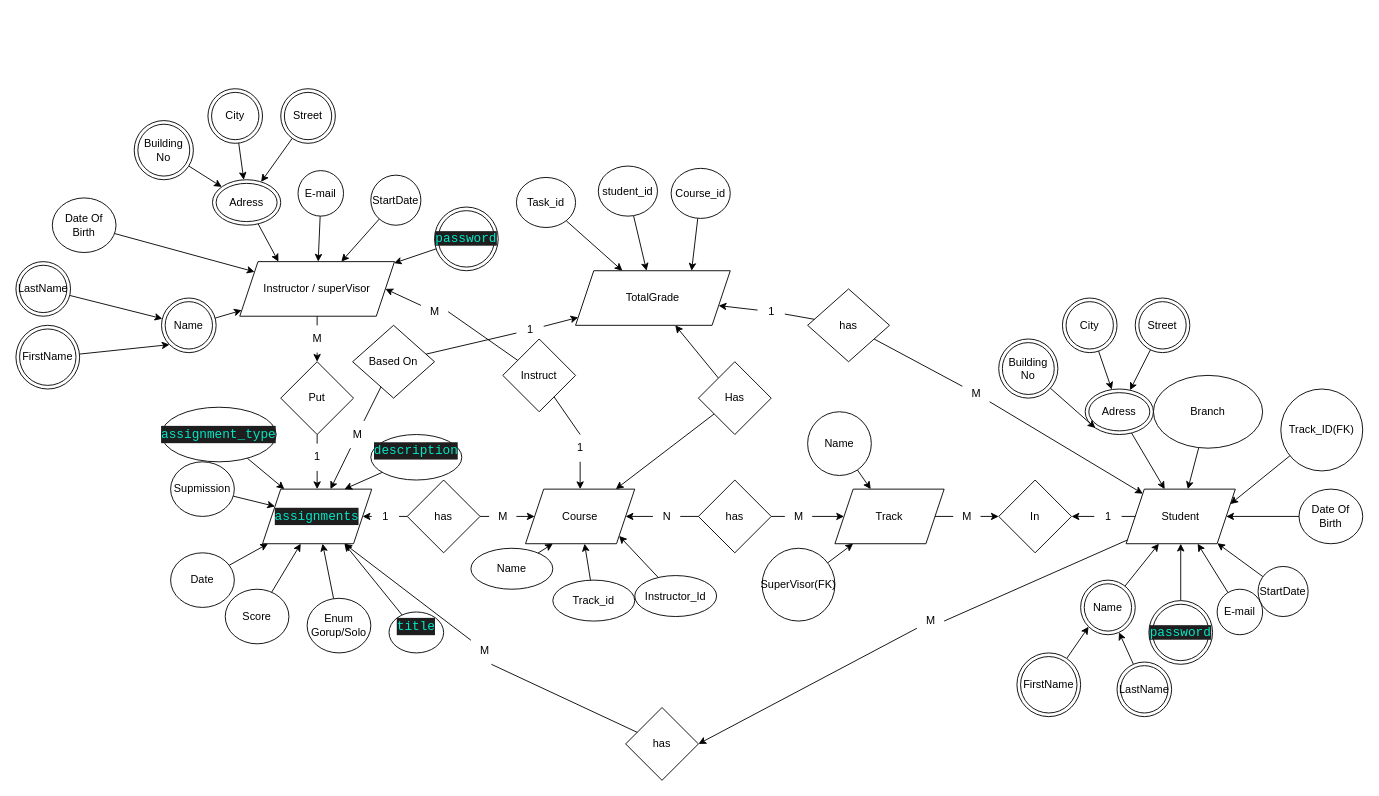
Before: Erd.drawio in PaulaMagdi0/Task-And-Project-Management-System, a draw.io diagram. Source tidied: cells renumbered, new cells numbered last; positions are measured from the earlier drawing's top-left corner, leaving out a move shared by most shapes. Both pictures are drawn from the tidied source at 91%, with x=0, y=0 at pixel (15, 88).
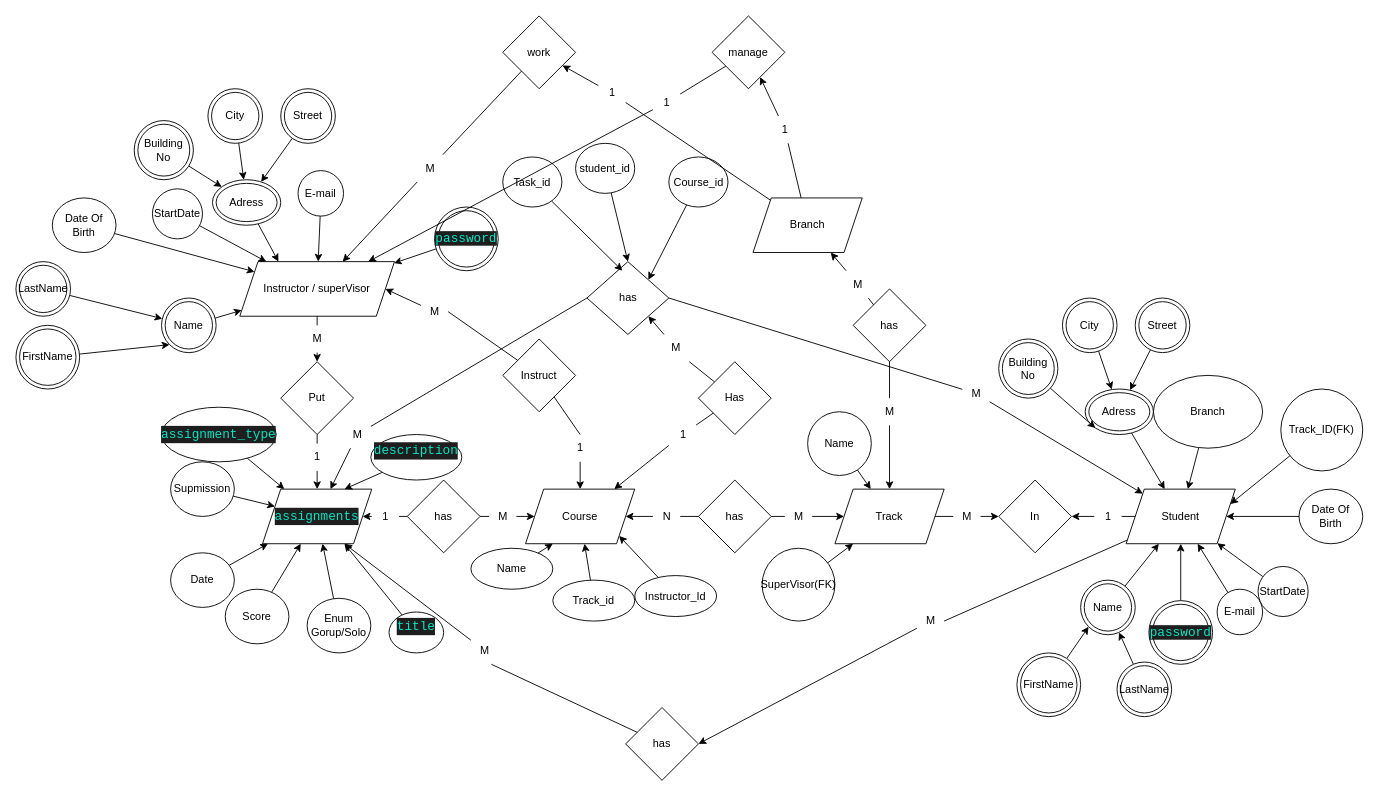
After the change.

The change refers to these unchanged cells:
```xml
<mxCell id="6" value="Instructor / superVisor" style="shape=parallelogram;perimeter=parallelogramPerimeter;whiteSpace=wrap;html=1;fixedSize=1;" parent="1" vertex="1">
  <mxGeometry x="246" y="190" width="170" height="60" as="geometry" />
</mxCell>
<mxCell id="38" value="Track" style="shape=parallelogram;perimeter=parallelogramPerimeter;whiteSpace=wrap;html=1;fixedSize=1;" parent="1" vertex="1">
  <mxGeometry x="900" y="440" width="120" height="60" as="geometry" />
</mxCell>
<mxCell id="50" value="Course" style="shape=parallelogram;perimeter=parallelogramPerimeter;whiteSpace=wrap;html=1;fixedSize=1;" parent="1" vertex="1">
  <mxGeometry x="560" y="440" width="120" height="60" as="geometry" />
</mxCell>
<mxCell id="110" value="Has" style="rhombus;whiteSpace=wrap;html=1;" parent="1" vertex="1">
  <mxGeometry x="750" y="300" width="80" height="80" as="geometry" />
</mxCell>
<mxCell id="140" value="M" style="text;html=1;align=center;verticalAlign=middle;points=[];strokeColor=none;fillColor=none;" parent="1" vertex="1">
  <mxGeometry x="1040" y="320" width="30" height="30" as="geometry" />
</mxCell>
<mxCell id="142" value="M" style="text;html=1;align=center;verticalAlign=middle;points=[];strokeColor=none;fillColor=none;" parent="1" vertex="1">
  <mxGeometry x="360" y="365" width="30" height="30" as="geometry" />
</mxCell>
```

What changed in the source:
```diff
@@
-    <mxCell id="58" value="TotalGrade" style="shape=parallelogram;perimeter=parallelogramPerimeter;whiteSpace=wrap;html=1;fixedSize=1;" parent="1" vertex="1">
-      <mxGeometry x="615" y="200" width="170" height="60" as="geometry" />
-    </mxCell>
@@
-    <mxCell id="60" style="edgeStyle=none;html=1;startArrow=none;" parent="1" edge="1" source="138" target="58">
-      <mxGeometry relative="1" as="geometry" />
-    </mxCell>
     <mxCell id="61" value="has" style="rhombus;whiteSpace=wrap;html=1;" parent="1" vertex="1">
-      <mxGeometry x="870" y="220" width="90" height="80" as="geometry" />
+      <mxGeometry x="627.5" y="190" width="90" height="80" as="geometry" />
     </mxCell>
-    <mxCell id="62" style="edgeStyle=none;html=1;startArrow=none;" parent="1" edge="1" source="144" target="58">
-      <mxGeometry relative="1" as="geometry" />
-    </mxCell>
@@
-    <mxCell id="64" value="Based On" style="rhombus;whiteSpace=wrap;html=1;" parent="1" vertex="1">
-      <mxGeometry x="370" y="260" width="90" height="80" as="geometry" />
-    </mxCell>
@@
     <mxCell id="86" value="StartDate" style="ellipse;whiteSpace=wrap;html=1;" parent="1" vertex="1">
-      <mxGeometry x="390" y="95" width="55" height="55" as="geometry" />
+      <mxGeometry x="150" y="110" width="55" height="55" as="geometry" />
     </mxCell>
@@
-    <mxCell id="89" style="edgeStyle=none;html=1;" parent="1" edge="1" source="90" target="58">
+    <mxCell id="89" style="edgeStyle=none;html=1;entryX=0.5;entryY=0;entryDx=0;entryDy=0;" parent="1" edge="1" source="90" target="61">
       <mxGeometry relative="1" as="geometry" />
     </mxCell>
     <mxCell id="90" value="student_id" style="ellipse;whiteSpace=wrap;html=1;" parent="1" vertex="1">
-      <mxGeometry x="640" y="85" width="65" height="55" as="geometry" />
+      <mxGeometry x="615" y="60" width="65" height="55" as="geometry" />
     </mxCell>
-    <mxCell id="91" style="edgeStyle=none;html=1;entryX=0.75;entryY=0;entryDx=0;entryDy=0;" parent="1" edge="1" source="92" target="58">
+    <mxCell id="91" style="edgeStyle=none;html=1;entryX=1;entryY=0;entryDx=0;entryDy=0;" parent="1" edge="1" source="92" target="61">
       <mxGeometry relative="1" as="geometry" />
     </mxCell>
     <mxCell id="92" value="Course_id" style="ellipse;whiteSpace=wrap;html=1;" parent="1" vertex="1">
-      <mxGeometry x="720" y="87.5" width="65" height="55" as="geometry" />
+      <mxGeometry x="717.5" y="75" width="65" height="55" as="geometry" />
     </mxCell>
-    <mxCell id="93" style="edgeStyle=none;html=1;" parent="1" edge="1" source="94" target="58">
-      <mxGeometry relative="1" as="geometry" />
+    <mxCell id="93" style="edgeStyle=none;html=1;" parent="1" edge="1" source="94">
+      <mxGeometry relative="1" as="geometry">
+        <mxPoint x="666.4" y="200" as="targetPoint" />
+      </mxGeometry>
     </mxCell>
     <mxCell id="94" value="Task_id" style="ellipse;whiteSpace=wrap;html=1;" parent="1" vertex="1">
-      <mxGeometry x="550" y="97.5" width="65" height="55" as="geometry" />
+      <mxGeometry x="535" y="75" width="65" height="55" as="geometry" />
     </mxCell>
@@
-    <mxCell id="108" style="edgeStyle=none;html=1;" parent="1" edge="1" source="110" target="58">
+    <mxCell id="108" style="edgeStyle=none;html=1;entryX=1;entryY=1;entryDx=0;entryDy=0;startArrow=none;" parent="1" edge="1" source="143" target="61">
       <mxGeometry relative="1" as="geometry" />
     </mxCell>
-    <mxCell id="109" style="edgeStyle=none;html=1;" parent="1" edge="1" source="110" target="50">
+    <mxCell id="109" style="edgeStyle=none;html=1;startArrow=none;" parent="1" edge="1" source="147" target="50">
       <mxGeometry relative="1" as="geometry" />
     </mxCell>
@@
-    <mxCell id="137" style="edgeStyle=none;html=1;endArrow=none;" parent="1" edge="1" source="61" target="138">
-      <mxGeometry relative="1" as="geometry" />
-    </mxCell>
-    <mxCell id="138" value="1" style="text;html=1;align=center;verticalAlign=middle;points=[];strokeColor=none;fillColor=none;" parent="1" vertex="1">
-      <mxGeometry x="815" y="230" width="30" height="30" as="geometry" />
-    </mxCell>
-    <mxCell id="139" style="edgeStyle=none;html=1;endArrow=none;" parent="1" edge="1" source="61" target="140">
+    <mxCell id="139" style="edgeStyle=none;html=1;endArrow=none;exitX=1;exitY=0.5;exitDx=0;exitDy=0;" parent="1" edge="1" source="61" target="140">
       <mxGeometry relative="1" as="geometry" />
     </mxCell>
@@
-    <mxCell id="141" style="edgeStyle=none;html=1;endArrow=none;" parent="1" edge="1" source="64" target="142">
+    <mxCell id="141" style="edgeStyle=none;html=1;endArrow=none;exitX=0;exitY=0.5;exitDx=0;exitDy=0;" parent="1" edge="1" source="61" target="142">
       <mxGeometry relative="1" as="geometry" />
     </mxCell>
@@
+    <mxCell id="145" style="edgeStyle=none;html=1;entryX=1;entryY=1;entryDx=0;entryDy=0;endArrow=none;" parent="1" edge="1" source="110" target="143">
+      <mxGeometry relative="1" as="geometry" />
+    </mxCell>
-    <mxCell id="143" style="edgeStyle=none;html=1;endArrow=none;" parent="1" edge="1" source="64" target="144">
-      <mxGeometry relative="1" as="geometry" />
+    <mxCell id="143" value="M" style="text;html=1;align=center;verticalAlign=middle;points=[];strokeColor=none;fillColor=none;" parent="1" vertex="1">
+      <mxGeometry x="710" y="270" width="30" height="30" as="geometry" />
     </mxCell>
-    <mxCell id="144" value="1" style="text;html=1;align=center;verticalAlign=middle;points=[];strokeColor=none;fillColor=none;" parent="1" vertex="1">
-      <mxGeometry x="550" y="250" width="30" height="30" as="geometry" />
-    </mxCell>
+    <mxCell id="146" style="edgeStyle=none;html=1;endArrow=none;" parent="1" edge="1" source="110" target="147">
+      <mxGeometry relative="1" as="geometry" />
+    </mxCell>
+    <mxCell id="147" value="1" style="text;html=1;align=center;verticalAlign=middle;points=[];strokeColor=none;fillColor=none;" parent="1" vertex="1">
+      <mxGeometry x="717.5" y="365" width="30" height="30" as="geometry" />
+    </mxCell>
+    <mxCell id="148" style="edgeStyle=none;html=1;startArrow=none;" parent="1" edge="1" source="165" target="155">
+      <mxGeometry relative="1" as="geometry" />
+    </mxCell>
+    <mxCell id="149" style="edgeStyle=none;html=1;startArrow=none;" parent="1" edge="1" source="159" target="157">
+      <mxGeometry relative="1" as="geometry" />
+    </mxCell>
+    <mxCell id="150" value="Branch" style="shape=parallelogram;perimeter=parallelogramPerimeter;whiteSpace=wrap;html=1;fixedSize=1;" parent="1" vertex="1">
+      <mxGeometry x="810" y="120" width="120" height="60" as="geometry" />
+    </mxCell>
+    <mxCell id="151" style="edgeStyle=none;html=1;startArrow=none;" parent="1" edge="1" source="167" target="38">
+      <mxGeometry relative="1" as="geometry" />
+    </mxCell>
+    <mxCell id="152" style="edgeStyle=none;html=1;startArrow=none;" parent="1" edge="1" source="169" target="150">
+      <mxGeometry relative="1" as="geometry" />
+    </mxCell>
+    <mxCell id="153" value="has" style="rhombus;whiteSpace=wrap;html=1;" parent="1" vertex="1">
+      <mxGeometry x="920" y="220" width="80" height="80" as="geometry" />
+    </mxCell>
+    <mxCell id="154" style="edgeStyle=none;html=1;startArrow=none;" parent="1" edge="1" source="163" target="6">
+      <mxGeometry relative="1" as="geometry" />
+    </mxCell>
+    <mxCell id="155" value="work" style="rhombus;whiteSpace=wrap;html=1;" parent="1" vertex="1">
+      <mxGeometry x="535" y="-80" width="80" height="80" as="geometry" />
+    </mxCell>
+    <mxCell id="156" style="edgeStyle=none;html=1;startArrow=none;" parent="1" edge="1" source="161" target="6">
+      <mxGeometry relative="1" as="geometry" />
+    </mxCell>
+    <mxCell id="157" value="manage" style="rhombus;whiteSpace=wrap;html=1;" parent="1" vertex="1">
+      <mxGeometry x="765" y="-80" width="80" height="80" as="geometry" />
+    </mxCell>
+    <mxCell id="158" style="edgeStyle=none;html=1;endArrow=none;" parent="1" edge="1" source="150" target="159">
+      <mxGeometry relative="1" as="geometry" />
+    </mxCell>
+    <mxCell id="159" value="1" style="text;html=1;align=center;verticalAlign=middle;points=[];strokeColor=none;fillColor=none;" parent="1" vertex="1">
+      <mxGeometry x="830" y="30" width="30" height="30" as="geometry" />
+    </mxCell>
+    <mxCell id="160" style="edgeStyle=none;html=1;endArrow=none;" parent="1" edge="1" source="157" target="161">
+      <mxGeometry relative="1" as="geometry" />
+    </mxCell>
+    <mxCell id="161" value="1" style="text;html=1;align=center;verticalAlign=middle;points=[];strokeColor=none;fillColor=none;" parent="1" vertex="1">
+      <mxGeometry x="700" width="30" height="30" as="geometry" />
+    </mxCell>
+    <mxCell id="162" style="edgeStyle=none;html=1;endArrow=none;" parent="1" edge="1" source="155" target="163">
+      <mxGeometry relative="1" as="geometry" />
+    </mxCell>
+    <mxCell id="163" value="M" style="text;html=1;align=center;verticalAlign=middle;points=[];strokeColor=none;fillColor=none;" parent="1" vertex="1">
+      <mxGeometry x="440" y="72.5" width="30" height="30" as="geometry" />
+    </mxCell>
+    <mxCell id="164" style="edgeStyle=none;html=1;endArrow=none;" parent="1" edge="1" source="150" target="165">
+      <mxGeometry relative="1" as="geometry" />
+    </mxCell>
+    <mxCell id="165" value="1" style="text;html=1;align=center;verticalAlign=middle;points=[];strokeColor=none;fillColor=none;" parent="1" vertex="1">
+      <mxGeometry x="640" y="-10" width="30" height="30" as="geometry" />
+    </mxCell>
+    <mxCell id="166" style="edgeStyle=none;html=1;endArrow=none;" parent="1" edge="1" source="153" target="167">
+      <mxGeometry relative="1" as="geometry" />
+    </mxCell>
+    <mxCell id="167" value="M" style="text;html=1;align=center;verticalAlign=middle;points=[];strokeColor=none;fillColor=none;" parent="1" vertex="1">
+      <mxGeometry x="945" y="340" width="30" height="30" as="geometry" />
+    </mxCell>
+    <mxCell id="168" style="edgeStyle=none;html=1;endArrow=none;" parent="1" edge="1" source="153" target="169">
+      <mxGeometry relative="1" as="geometry" />
+    </mxCell>
+    <mxCell id="169" value="M" style="text;html=1;align=center;verticalAlign=middle;points=[];strokeColor=none;fillColor=none;" parent="1" vertex="1">
+      <mxGeometry x="910" y="200" width="30" height="30" as="geometry" />
+    </mxCell>
```
